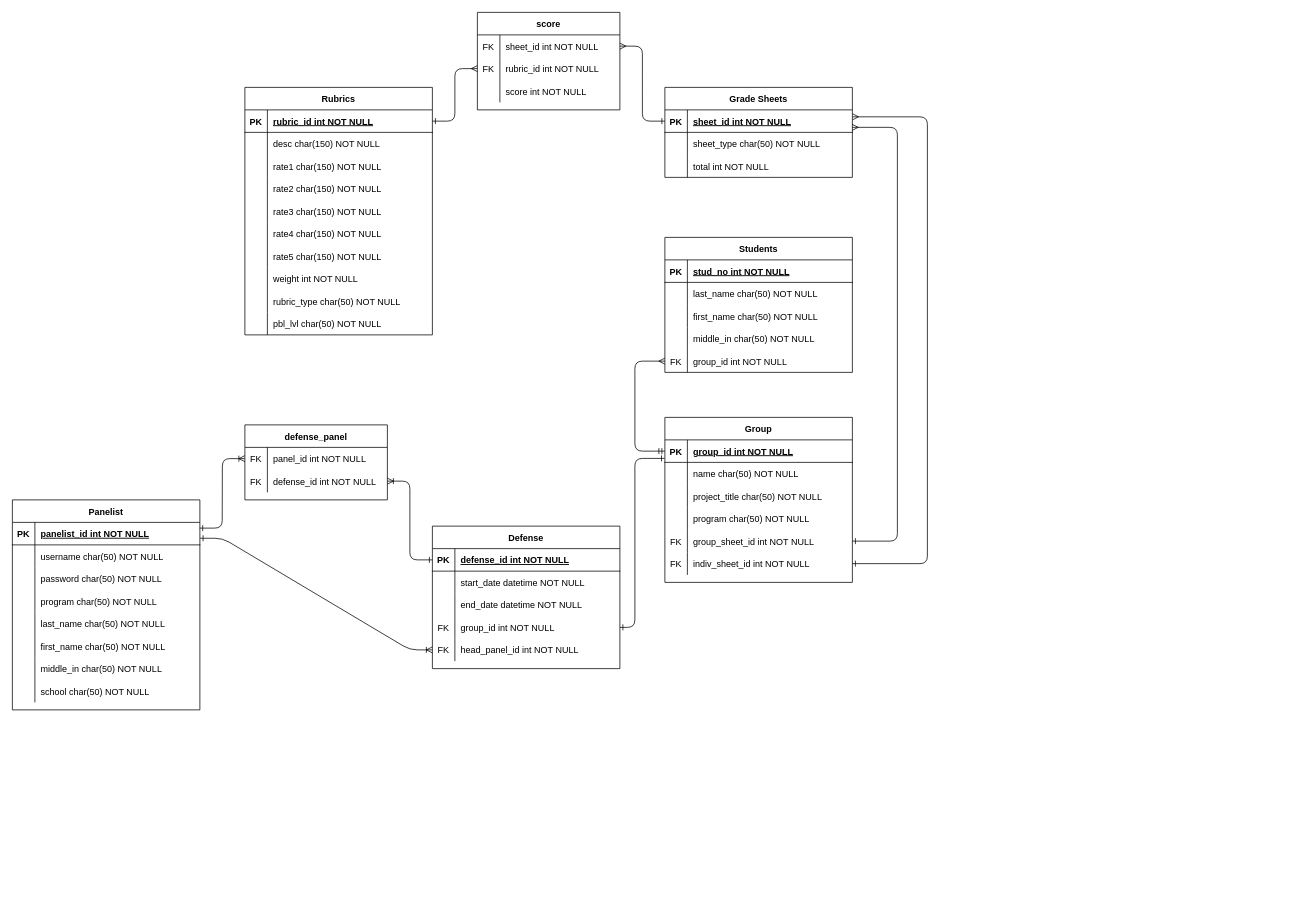
The draw.io diagram database_diag.drawio in charss/Panel-Web-App, before the edit. Source tidied: cells renumbered, new cells numbered last; positions are measured from the earlier drawing's top-left corner, leaving out a move shared by most shapes. Both pictures are drawn from the tidied source at 75%, with x=0, y=0 at pixel (12, 12).
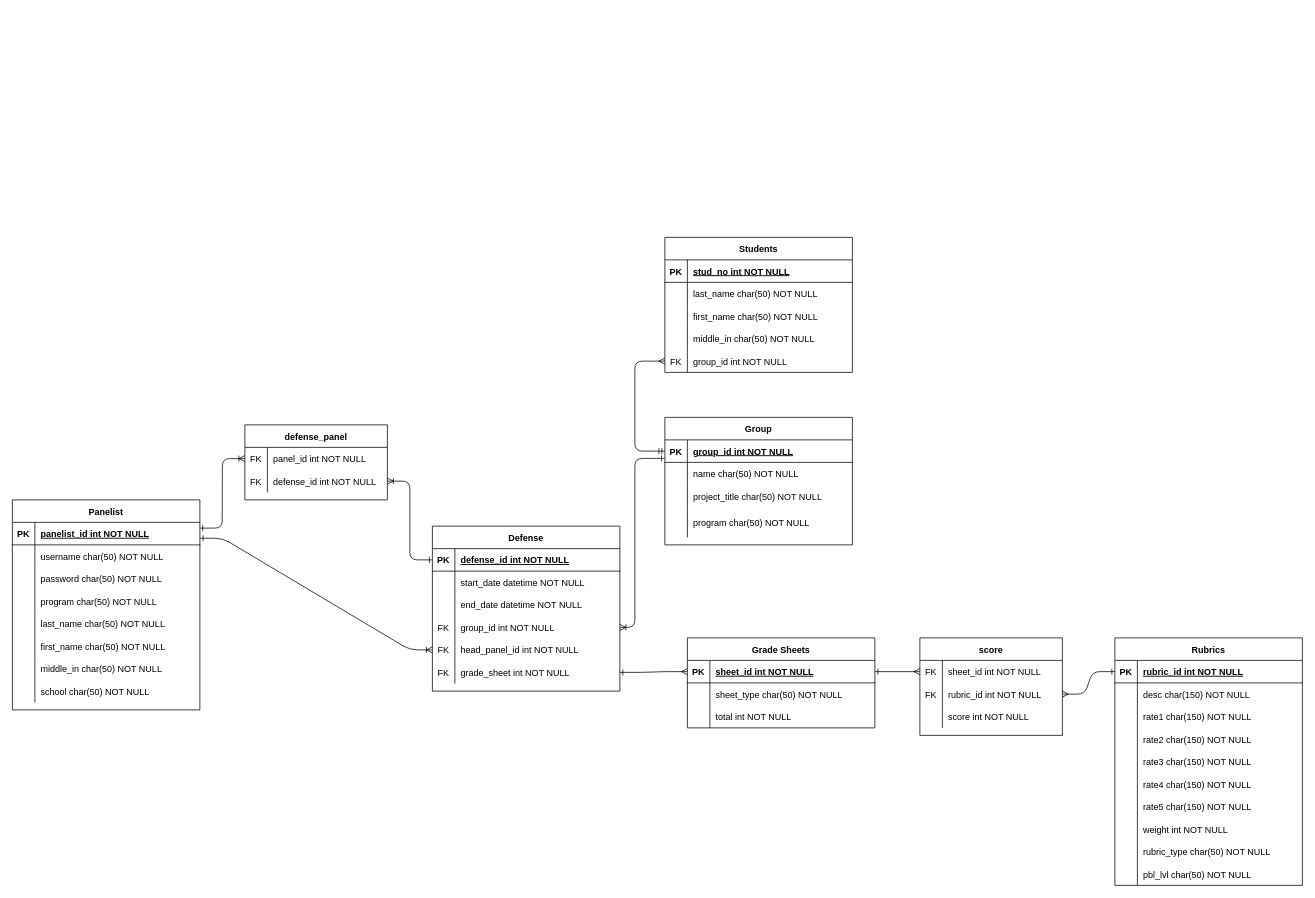
Above is the later version.

Unchanged cells that the change refers to:
```xml
<mxCell id="19" style="shape=partialRectangle;fillColor=none;points=[[0,0.5],[1,0.5]];portConstraint=eastwest;top=0;left=0;right=0;bottom=1;" parent="18" vertex="1">
  <mxGeometry y="30" width="250" height="30" as="geometry" />
</mxCell>
<mxCell id="72" style="shape=partialRectangle;fillColor=none;points=[[0,0.5],[1,0.5]];portConstraint=eastwest;top=0;left=0;right=0;bottom=0;" parent="62" vertex="1">
  <mxGeometry y="120" width="250" height="30" as="geometry" />
</mxCell>
<mxCell id="121" style="shape=partialRectangle;fillColor=none;points=[[0,0.5],[1,0.5]];portConstraint=eastwest;top=0;left=0;right=0;bottom=1;" parent="120" vertex="1">
  <mxGeometry y="30" width="250" height="30" as="geometry" />
</mxCell>
<mxCell id="134" style="shape=partialRectangle;fillColor=none;points=[[0,0.5],[1,0.5]];portConstraint=eastwest;top=0;left=0;right=0;bottom=0;" parent="133" vertex="1">
  <mxGeometry y="30" width="190" height="30" as="geometry" />
</mxCell>
```

Change to the diagram source:
```diff
@@
     <mxCell id="18" value="Group" style="shape=table;startSize=30;childLayout=tableLayout;rowLines=0;fontStyle=1;align=center;" parent="1" vertex="1">
-      <mxGeometry x="870" y="540" width="250" height="220" as="geometry" />
+      <mxGeometry x="870" y="540" width="250" height="170" as="geometry" />
     </mxCell>
@@
     <mxCell id="28" style="shape=partialRectangle;fillColor=none;top=0;left=0;right=0;bottom=0;" parent="18" vertex="1">
-      <mxGeometry y="120" width="250" height="30" as="geometry" />
+      <mxGeometry y="120" width="250" height="40" as="geometry" />
     </mxCell>
     <mxCell id="29" style="shape=partialRectangle;overflow=hidden;fillColor=none;top=0;left=0;bottom=0;right=0;" parent="28" vertex="1">
-      <mxGeometry width="30" height="30" as="geometry" />
+      <mxGeometry width="30" height="40" as="geometry" />
     </mxCell>
     <mxCell id="30" value="program char(50) NOT NULL" style="shape=partialRectangle;overflow=hidden;fillColor=none;top=0;left=0;bottom=0;right=0;align=left;spacingLeft=6;" parent="28" vertex="1">
-      <mxGeometry x="30" width="220" height="30" as="geometry" />
+      <mxGeometry x="30" width="220" height="40" as="geometry" />
     </mxCell>
-    <mxCell id="31" style="shape=partialRectangle;fillColor=none;points=[[0,0.5],[1,0.5]];portConstraint=eastwest;top=0;left=0;right=0;bottom=0;" parent="18" vertex="1">
-      <mxGeometry y="150" width="250" height="30" as="geometry" />
-    </mxCell>
-    <mxCell id="32" value="FK" style="shape=partialRectangle;overflow=hidden;fillColor=none;top=0;left=0;bottom=0;right=0;" parent="31" vertex="1">
-      <mxGeometry width="30" height="30" as="geometry" />
-    </mxCell>
-    <mxCell id="33" value="group_sheet_id int NOT NULL" style="shape=partialRectangle;overflow=hidden;fillColor=none;top=0;left=0;bottom=0;right=0;align=left;spacingLeft=6;" parent="31" vertex="1">
-      <mxGeometry x="30" width="220" height="30" as="geometry" />
-    </mxCell>
-    <mxCell id="34" style="shape=partialRectangle;fillColor=none;points=[[0,0.5],[1,0.5]];portConstraint=eastwest;top=0;left=0;right=0;bottom=0;" parent="18" vertex="1">
-      <mxGeometry y="180" width="250" height="30" as="geometry" />
-    </mxCell>
-    <mxCell id="35" value="FK" style="shape=partialRectangle;overflow=hidden;fillColor=none;top=0;left=0;bottom=0;right=0;" parent="34" vertex="1">
-      <mxGeometry width="30" height="30" as="geometry" />
-    </mxCell>
-    <mxCell id="36" value="indiv_sheet_id int NOT NULL" style="shape=partialRectangle;overflow=hidden;fillColor=none;top=0;left=0;bottom=0;right=0;align=left;spacingLeft=6;" parent="34" vertex="1">
-      <mxGeometry x="30" width="220" height="30" as="geometry" />
-    </mxCell>
@@
     <mxCell id="62" value="Defense" style="shape=table;startSize=30;childLayout=tableLayout;rowLines=0;fontStyle=1;align=center;" parent="1" vertex="1">
-      <mxGeometry x="560" y="685" width="250" height="190" as="geometry" />
+      <mxGeometry x="560" y="685" width="250" height="220" as="geometry" />
     </mxCell>
@@
+    <mxCell id="31" style="shape=partialRectangle;fillColor=none;points=[[0,0.5],[1,0.5]];portConstraint=eastwest;top=0;left=0;right=0;bottom=0;" parent="62" vertex="1">
+      <mxGeometry y="180" width="250" height="30" as="geometry" />
+    </mxCell>
+    <mxCell id="32" value="FK" style="shape=partialRectangle;overflow=hidden;fillColor=none;top=0;left=0;bottom=0;right=0;" parent="31" vertex="1">
+      <mxGeometry width="30" height="30" as="geometry" />
+    </mxCell>
+    <mxCell id="33" value="grade_sheet int NOT NULL" style="shape=partialRectangle;overflow=hidden;fillColor=none;top=0;left=0;bottom=0;right=0;align=left;spacingLeft=6;" parent="31" vertex="1">
+      <mxGeometry x="30" width="220" height="30" as="geometry" />
+    </mxCell>
@@
-    <mxCell id="85" style="edgeStyle=orthogonalEdgeStyle;fontSize=12;html=1;endArrow=ERone;endFill=0;startArrow=ERone;startFill=0;entryX=-0.002;entryY=0.824;entryDx=0;entryDy=0;entryPerimeter=0;" parent="1" edge="1" source="72" target="19">
+    <mxCell id="85" style="edgeStyle=orthogonalEdgeStyle;fontSize=12;html=1;endArrow=ERone;endFill=0;startArrow=ERoneToMany;startFill=0;entryX=-0.002;entryY=0.824;entryDx=0;entryDy=0;entryPerimeter=0;" parent="1" edge="1" source="72" target="19">
       <mxGeometry relative="1" as="geometry">
         <Array as="points">
           <mxPoint x="830" y="820" />
           <mxPoint x="830" y="595" />
         </Array>
       </mxGeometry>
     </mxCell>
@@
     <mxCell id="89" value="Rubrics" style="shape=table;startSize=30;childLayout=tableLayout;rowLines=0;fontStyle=1;align=center;" parent="1" vertex="1">
-      <mxGeometry x="310" y="100" width="250" height="330" as="geometry" />
+      <mxGeometry x="1470" y="834" width="250" height="330" as="geometry" />
     </mxCell>
@@
     <mxCell id="120" value="Grade Sheets" style="shape=table;startSize=30;childLayout=tableLayout;rowLines=0;fontStyle=1;align=center;" parent="1" vertex="1">
-      <mxGeometry x="870" y="100" width="250" height="120" as="geometry" />
+      <mxGeometry x="900" y="834" width="250" height="120" as="geometry" />
     </mxCell>
@@
-    <mxCell id="130" style="edgeStyle=orthogonalEdgeStyle;fontSize=12;html=1;endArrow=ERone;endFill=0;startArrow=ERmany;startFill=0;exitX=0.999;exitY=0.776;exitDx=0;exitDy=0;exitPerimeter=0;" parent="1" edge="1" source="121" target="31">
-      <mxGeometry relative="1" as="geometry">
-        <Array as="points">
-          <mxPoint x="1180" y="153" />
-          <mxPoint x="1180" y="705" />
-        </Array>
-      </mxGeometry>
-    </mxCell>
-    <mxCell id="131" style="edgeStyle=orthogonalEdgeStyle;fontSize=12;html=1;endArrow=ERone;endFill=0;startArrow=ERmany;startFill=0;exitX=1.001;exitY=0.309;exitDx=0;exitDy=0;exitPerimeter=0;" parent="1" edge="1" source="121" target="34">
-      <mxGeometry relative="1" as="geometry">
-        <Array as="points">
-          <mxPoint x="1220" y="139" />
-          <mxPoint x="1220" y="735" />
-        </Array>
-      </mxGeometry>
-    </mxCell>
@@
     <mxCell id="133" value="score" style="shape=table;startSize=30;childLayout=tableLayout;rowLines=0;fontStyle=1;align=center;" parent="1" vertex="1">
-      <mxGeometry x="620" width="190" height="130" as="geometry" />
+      <mxGeometry x="1210" y="834" width="190" height="130" as="geometry" />
     </mxCell>
@@
-    <mxCell id="144" style="edgeStyle=entityRelationEdgeStyle;fontSize=12;html=1;endArrow=ERone;endFill=0;startArrow=ERmany;startFill=0;" parent="1" edge="1" source="134" target="121">
+    <mxCell id="144" style="edgeStyle=entityRelationEdgeStyle;fontSize=12;html=1;endArrow=ERone;endFill=0;startArrow=ERmany;startFill=0;exitX=0;exitY=0.5;exitDx=0;exitDy=0;" parent="1" edge="1" source="134" target="121">
       <mxGeometry relative="1" as="geometry" />
     </mxCell>
+    <mxCell id="130" style="edgeStyle=entityRelationEdgeStyle;fontSize=12;html=1;endArrow=ERone;endFill=0;startArrow=ERmany;startFill=0;exitX=0;exitY=0.5;exitDx=0;exitDy=0;" parent="1" edge="1" source="121" target="31">
+      <mxGeometry relative="1" as="geometry" />
+    </mxCell>
```
